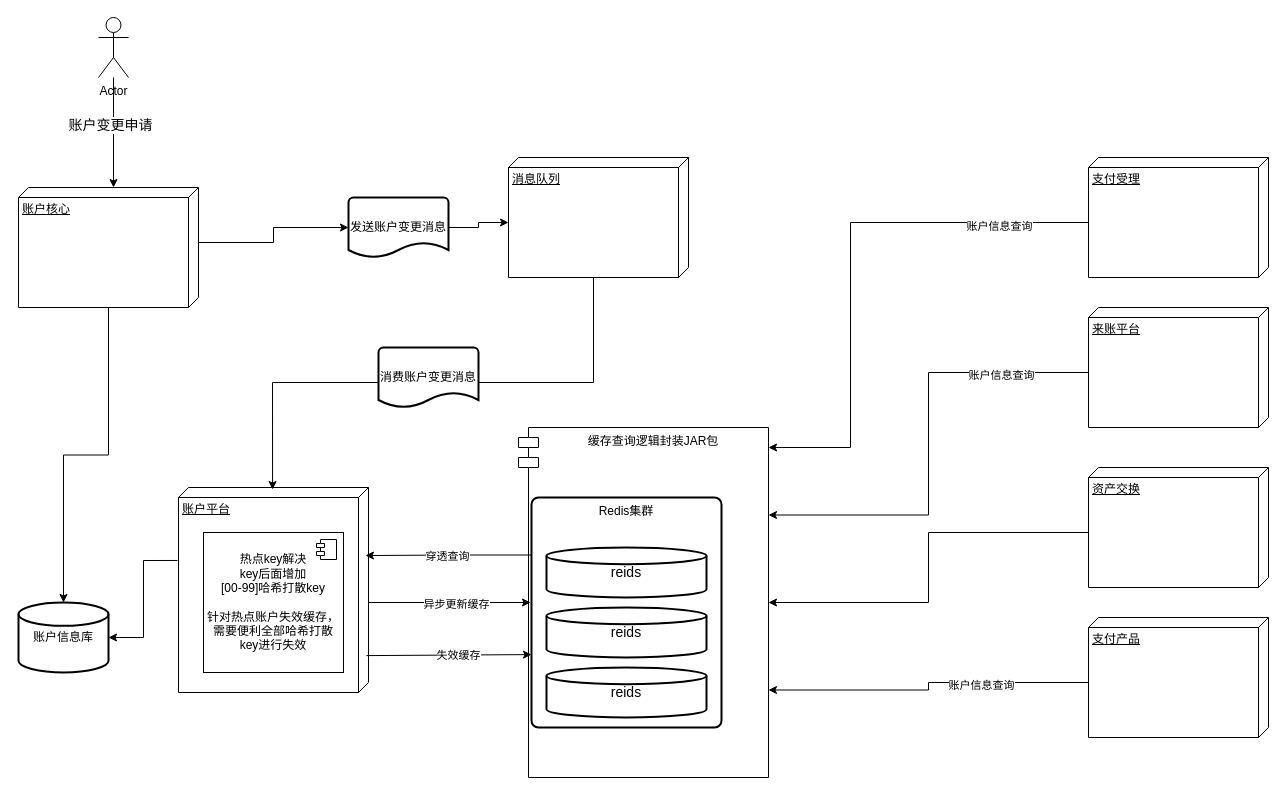
Earlier version of the draw.io diagram demo/账户缓存.drawio (903781797/draw.io). Source tidied: cells renumbered, new cells numbered last; positions are measured from the earlier drawing's top-left corner, leaving out a move shared by most shapes. Both pictures are drawn from the tidied source at 100%, with x=0, y=0 at pixel (18, 17).
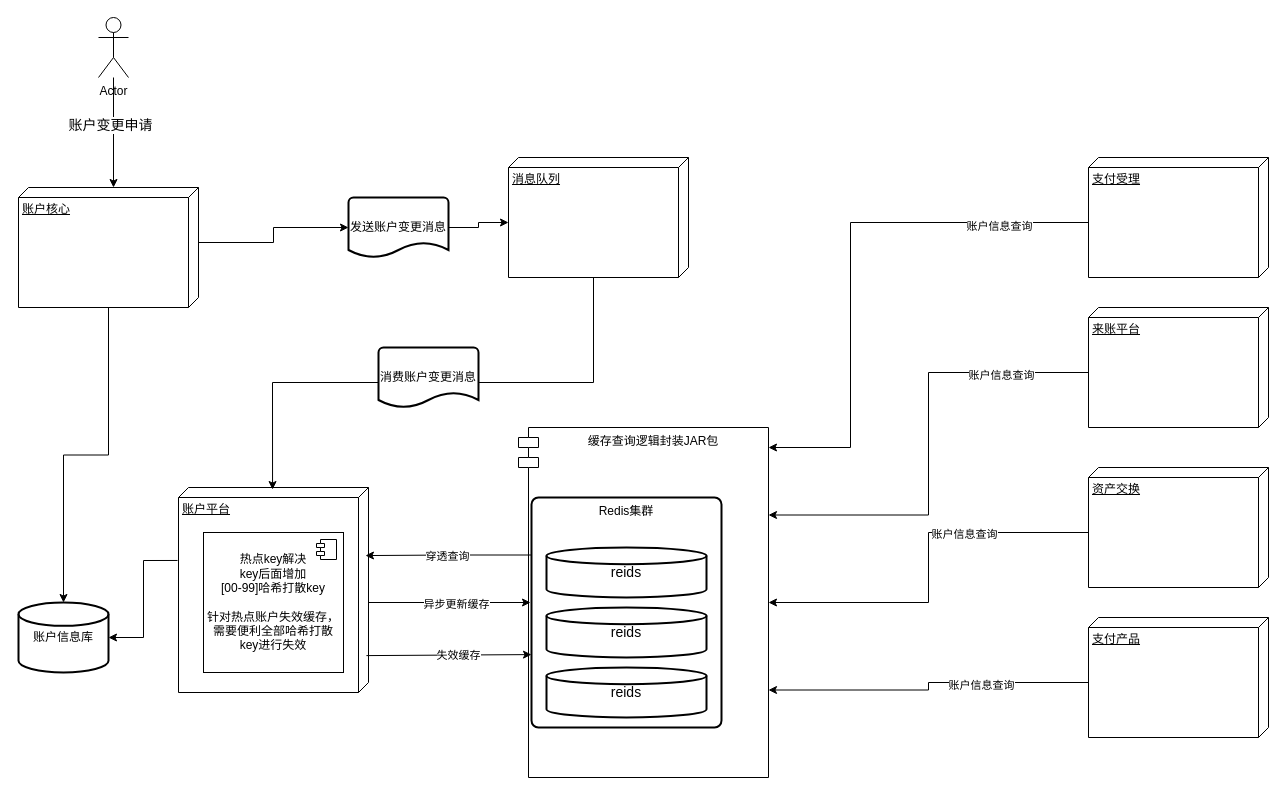
The same diagram, later.

Commit message (it also covers changes not shown here):
更新账户缓存.drawio

Unchanged cells that the change refers to:
```xml
<mxCell id="30" style="edgeStyle=orthogonalEdgeStyle;rounded=0;jettySize=auto;html=1;exitX=0;exitY=0;exitDx=65;exitDy=180;exitPerimeter=0;entryX=1;entryY=0.5;entryDx=0;entryDy=0;" parent="1" edge="1" source="31" target="2">
  <mxGeometry relative="1" as="geometry" />
</mxCell>
```

Diff of the diagram source:
```diff
@@
+    <mxCell id="41" value="账户信息查询" style="edgeLabel;html=1;align=center;verticalAlign=middle;" parent="30" vertex="1">
+      <mxGeometry x="-0.36" y="1" relative="1" as="geometry" />
+    </mxCell>
```
